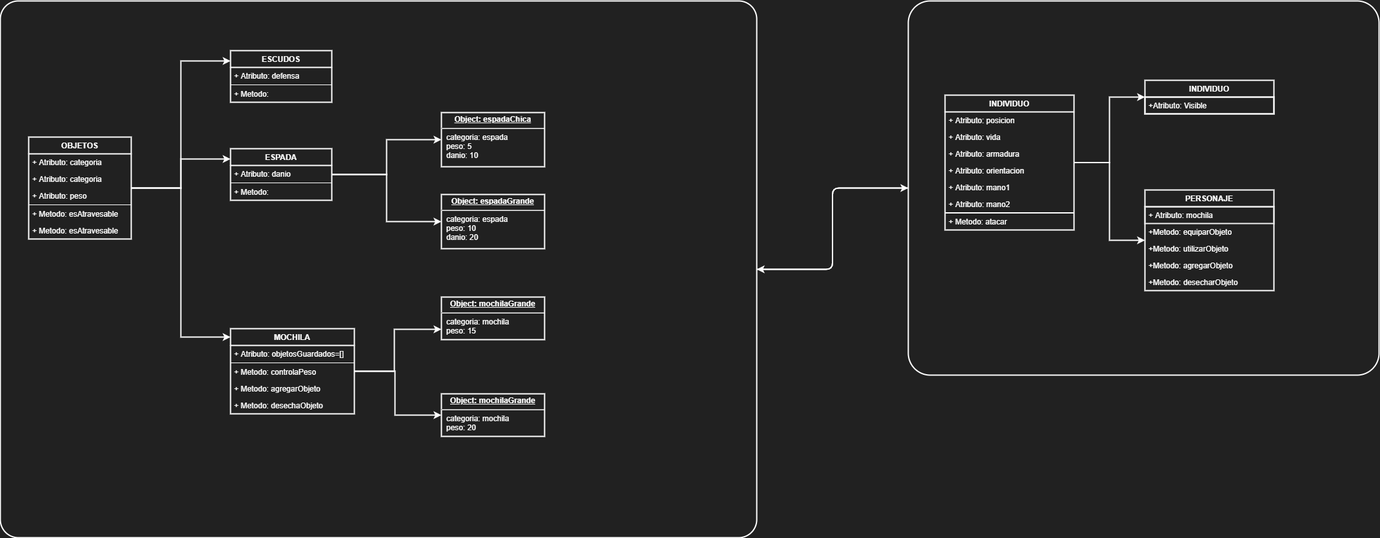
The draw.io diagram picture/presentacion/tp_algo1.drawio.png in algo1unsam/2021s1-tp-grupal-juego-recursa3, before a commit. Source tidied: cells renumbered, new cells last; positions are measured from the earlier drawing's top-left corner, leaving out a move shared by most shapes.
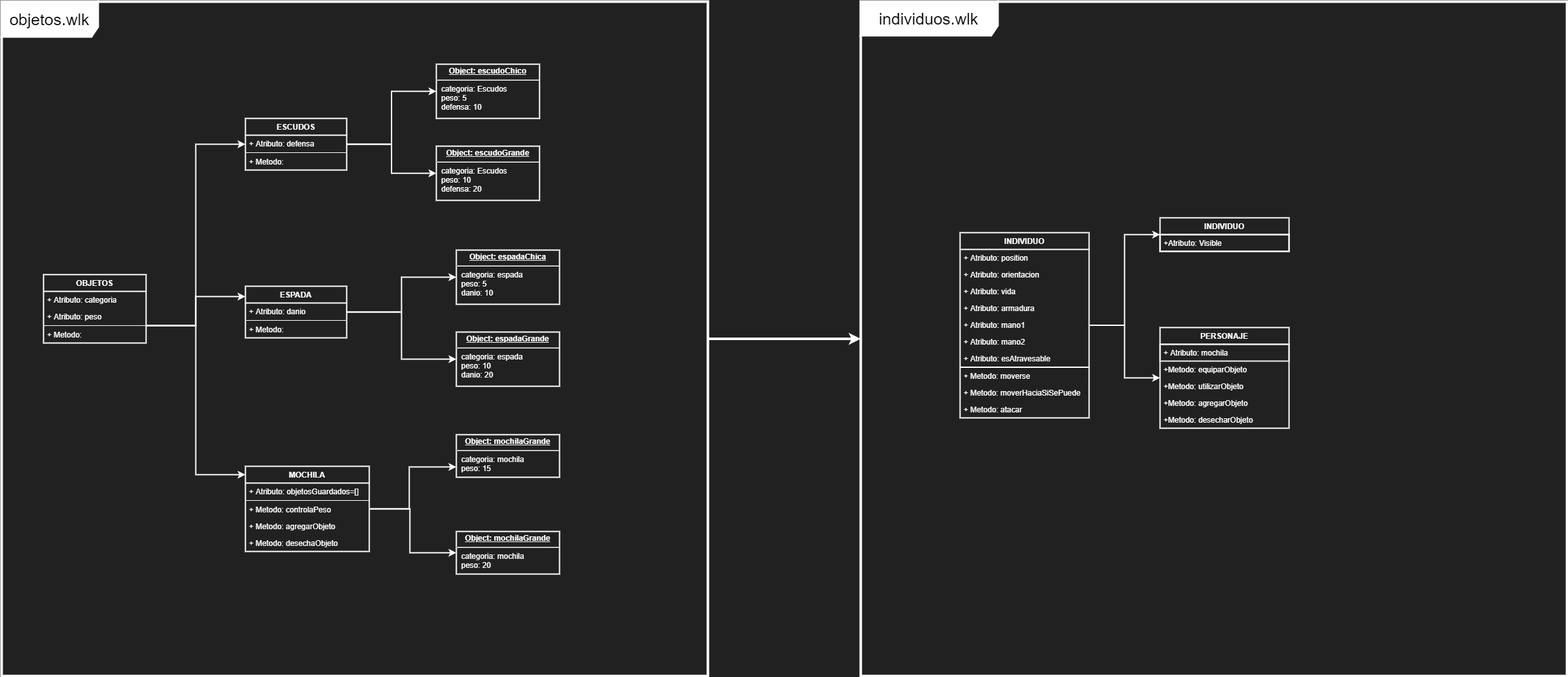
After the commit.

Commit message:
Se modifica grafico

The edit, as a diff of the source:
```diff
@@ -2,15 +2,12 @@
   <root>
     <mxCell id="0" />
     <mxCell id="1" parent="0" />
-    <mxCell id="2" style="edgeStyle=orthogonalEdgeStyle;curved=0;rounded=1;sketch=0;jettySize=auto;html=1;entryX=0;entryY=0.5;entryDx=0;entryDy=0;strokeWidth=2;fillColor=none;fontColor=#FFFFFF;strokeColor=#FFFFFF;" parent="1" edge="1" source="3" target="4">
-      <mxGeometry relative="1" as="geometry" />
-    </mxCell>
-    <mxCell id="3" style="rounded=1;whiteSpace=wrap;html=1;absoluteArcSize=1;arcSize=56;strokeWidth=2;fillColor=none;fontColor=#FFFFFF;strokeColor=#FFFFFF;" parent="1" vertex="1">
-      <mxGeometry width="1173" height="832" as="geometry" />
-    </mxCell>
-    <mxCell id="4" style="rounded=1;whiteSpace=wrap;html=1;absoluteArcSize=1;arcSize=68;strokeWidth=2;fillColor=none;fontColor=#FFFFFF;strokeColor=#FFFFFF;" parent="1" vertex="1">
-      <mxGeometry x="1408" width="730" height="580" as="geometry" />
-    </mxCell>
+    <mxCell id="57" style="edgeStyle=orthogonalEdgeStyle;rounded=0;jumpSize=7;jettySize=auto;html=1;targetPerimeterSpacing=0;strokeWidth=4;strokeColor=#FFFFFF;" parent="1" edge="1" source="58" target="66">
+      <mxGeometry relative="1" as="geometry" />
+    </mxCell>
+    <mxCell id="58" value="&lt;font style=&quot;font-size: 25px&quot;&gt;objetos.wlk&lt;/font&gt;" style="shape=umlFrame;whiteSpace=wrap;html=1;swimlaneFillColor=none;strokeColor=#FFFFFF;strokeWidth=4;width=149;height=54;" parent="1" vertex="1">
+      <mxGeometry x="-21" y="-212" width="1095" height="1045" as="geometry" />
+    </mxCell>
     <mxCell id="5" style="edgeStyle=orthogonalEdgeStyle;rounded=0;jettySize=auto;html=1;strokeWidth=2;fillColor=none;fontColor=#FFFFFF;strokeColor=#FFFFFF;" parent="1" edge="1" source="7" target="16">
       <mxGeometry relative="1" as="geometry" />
     </mxCell>
@@ -18,32 +15,41 @@
       <mxGeometry relative="1" as="geometry" />
     </mxCell>
     <mxCell id="7" value="INDIVIDUO" style="swimlane;fontStyle=1;align=center;verticalAlign=top;horizontal=1;startSize=26;fillColor=none;strokeWidth=2;fontColor=#FFFFFF;strokeColor=#FFFFFF;" parent="1" vertex="1">
-      <mxGeometry x="1465" y="146" width="200" height="209" as="geometry" />
+      <mxGeometry x="1465" y="146" width="200" height="287" as="geometry" />
     </mxCell>
-    <mxCell id="8" value="+ Atributo: posicion" style="text;fillColor=none;align=left;verticalAlign=top;spacingLeft=4;spacingRight=4;overflow=hidden;fontColor=#FFFFFF;strokeWidth=2;" parent="7" vertex="1">
+    <mxCell id="8" value="+ Atributo: position" style="text;fillColor=none;align=left;verticalAlign=top;spacingLeft=4;spacingRight=4;overflow=hidden;fontColor=#FFFFFF;strokeWidth=2;" parent="7" vertex="1">
       <mxGeometry y="26" width="200" height="26" as="geometry" />
     </mxCell>
+    <mxCell id="11" value="+ Atributo: orientacion" style="text;fillColor=none;align=left;verticalAlign=top;spacingLeft=4;spacingRight=4;overflow=hidden;fontColor=#FFFFFF;strokeWidth=2;" parent="7" vertex="1">
+      <mxGeometry y="52" width="200" height="26" as="geometry" />
+    </mxCell>
     <mxCell id="9" value="+ Atributo: vida" style="text;fillColor=none;align=left;verticalAlign=top;spacingLeft=4;spacingRight=4;overflow=hidden;fontColor=#FFFFFF;strokeWidth=2;" parent="7" vertex="1">
-      <mxGeometry y="52" width="200" height="26" as="geometry" />
+      <mxGeometry y="78" width="200" height="26" as="geometry" />
     </mxCell>
     <mxCell id="10" value="+ Atributo: armadura" style="text;fillColor=none;align=left;verticalAlign=top;spacingLeft=4;spacingRight=4;overflow=hidden;fontColor=#FFFFFF;strokeWidth=2;" parent="7" vertex="1">
-      <mxGeometry y="78" width="200" height="26" as="geometry" />
+      <mxGeometry y="104" width="200" height="26" as="geometry" />
     </mxCell>
-    <mxCell id="11" value="+ Atributo: orientacion" style="text;fillColor=none;align=left;verticalAlign=top;spacingLeft=4;spacingRight=4;overflow=hidden;fontColor=#FFFFFF;strokeWidth=2;" parent="7" vertex="1">
-      <mxGeometry y="104" width="200" height="26" as="geometry" />
-    </mxCell>
     <mxCell id="12" value="+ Atributo: mano1" style="text;fillColor=none;align=left;verticalAlign=top;spacingLeft=4;spacingRight=4;overflow=hidden;fontColor=#FFFFFF;strokeWidth=2;" parent="7" vertex="1">
       <mxGeometry y="130" width="200" height="26" as="geometry" />
     </mxCell>
     <mxCell id="13" value="+ Atributo: mano2" style="text;fillColor=none;align=left;verticalAlign=top;spacingLeft=4;spacingRight=4;overflow=hidden;fontColor=#FFFFFF;strokeWidth=2;" parent="7" vertex="1">
       <mxGeometry y="156" width="200" height="26" as="geometry" />
     </mxCell>
+    <mxCell id="59" value="+ Atributo: esAtravesable" style="text;fillColor=none;align=left;verticalAlign=top;spacingLeft=4;spacingRight=4;overflow=hidden;fontColor=#FFFFFF;strokeWidth=2;" parent="7" vertex="1">
+      <mxGeometry y="182" width="200" height="26" as="geometry" />
+    </mxCell>
     <mxCell id="14" style="line;strokeWidth=2;fillColor=none;align=left;verticalAlign=middle;spacingTop=-1;spacingLeft=3;spacingRight=3;labelPosition=right;fontColor=#FFFFFF;strokeColor=#FFFFFF;" parent="7" vertex="1">
-      <mxGeometry y="182" width="200" height="1" as="geometry" />
+      <mxGeometry y="208" width="200" height="1" as="geometry" />
     </mxCell>
-    <mxCell id="15" value="+ Metodo: atacar" style="text;fillColor=none;align=left;verticalAlign=top;spacingLeft=4;spacingRight=4;overflow=hidden;fontColor=#FFFFFF;strokeWidth=2;arcSize=12;" parent="7" vertex="1">
-      <mxGeometry y="183" width="200" height="26" as="geometry" />
+    <mxCell id="15" value="+ Metodo: moverse" style="text;fillColor=none;align=left;verticalAlign=top;spacingLeft=4;spacingRight=4;overflow=hidden;fontColor=#FFFFFF;strokeWidth=2;arcSize=12;" parent="7" vertex="1">
+      <mxGeometry y="209" width="200" height="26" as="geometry" />
     </mxCell>
+    <mxCell id="60" value="+ Metodo: moverHaciaSiSePuede" style="text;fillColor=none;align=left;verticalAlign=top;spacingLeft=4;spacingRight=4;overflow=hidden;fontColor=#FFFFFF;strokeWidth=2;arcSize=12;" parent="7" vertex="1">
+      <mxGeometry y="235" width="200" height="26" as="geometry" />
+    </mxCell>
+    <mxCell id="61" value="+ Metodo: atacar" style="text;fillColor=none;align=left;verticalAlign=top;spacingLeft=4;spacingRight=4;overflow=hidden;fontColor=#FFFFFF;strokeWidth=2;arcSize=12;" parent="7" vertex="1">
+      <mxGeometry y="261" width="200" height="26" as="geometry" />
+    </mxCell>
     <mxCell id="16" value="INDIVIDUO" style="swimlane;fontStyle=1;align=center;verticalAlign=top;horizontal=1;startSize=26;fillColor=none;strokeWidth=2;fontColor=#FFFFFF;strokeColor=#FFFFFF;" parent="1" vertex="1">
       <mxGeometry x="1775" y="123" width="200" height="52" as="geometry" />
     </mxCell>
@@ -102,9 +108,6 @@
     <mxCell id="31" value="+ Metodo: desechaObjeto" style="text;fillColor=none;align=left;verticalAlign=top;spacingLeft=4;spacingRight=4;overflow=hidden;fontColor=#FFFFFF;strokeWidth=2;" parent="26" vertex="1">
       <mxGeometry y="106" width="192" height="26" as="geometry" />
     </mxCell>
-    <mxCell id="32" style="edgeStyle=orthogonalEdgeStyle;curved=0;rounded=1;sketch=0;jettySize=auto;html=1;entryX=1;entryY=0.5;entryDx=0;entryDy=0;strokeWidth=2;fillColor=none;fontColor=#FFFFFF;strokeColor=#FFFFFF;" parent="1" edge="1" source="4" target="3">
-      <mxGeometry relative="1" as="geometry" />
-    </mxCell>
     <mxCell id="33" style="edgeStyle=orthogonalEdgeStyle;rounded=0;jettySize=auto;html=1;shadow=0;strokeColor=#FFFFFF;strokeWidth=2;fontColor=#FFFFFF;" parent="1" edge="1" source="36" target="49">
       <mxGeometry relative="1" as="geometry">
         <Array as="points">
@@ -117,7 +120,7 @@
       <mxGeometry relative="1" as="geometry">
         <Array as="points">
           <mxPoint x="280" y="290" />
-          <mxPoint x="280" y="93" />
+          <mxPoint x="280" y="9" />
         </Array>
       </mxGeometry>
     </mxCell>
@@ -130,28 +133,28 @@
       </mxGeometry>
     </mxCell>
     <mxCell id="36" value="OBJETOS" style="swimlane;fontStyle=1;align=center;verticalAlign=top;horizontal=1;startSize=26;fillColor=none;strokeWidth=2;fontColor=#FFFFFF;strokeColor=#FFFFFF;" parent="1" vertex="1">
-      <mxGeometry x="44" y="211" width="159" height="158" as="geometry" />
+      <mxGeometry x="44" y="211" width="159" height="106" as="geometry" />
     </mxCell>
     <mxCell id="37" value="+ Atributo: categoria" style="text;fillColor=none;align=left;verticalAlign=top;spacingLeft=4;spacingRight=4;overflow=hidden;fontColor=#FFFFFF;strokeWidth=1;" parent="36" vertex="1">
       <mxGeometry y="26" width="159" height="26" as="geometry" />
     </mxCell>
-    <mxCell id="38" value="+ Atributo: categoria" style="text;fillColor=none;align=left;verticalAlign=top;spacingLeft=4;spacingRight=4;overflow=hidden;fontColor=#FFFFFF;strokeWidth=1;" parent="36" vertex="1">
-      <mxGeometry y="52" width="159" height="26" as="geometry" />
-    </mxCell>
     <mxCell id="39" value="+ Atributo: peso" style="text;fillColor=none;align=left;verticalAlign=top;spacingLeft=4;spacingRight=4;overflow=hidden;fontColor=#FFFFFF;strokeWidth=1;" parent="36" vertex="1">
-      <mxGeometry y="78" width="159" height="26" as="geometry" />
+      <mxGeometry y="52" width="159" height="26" as="geometry" />
     </mxCell>
     <mxCell id="40" style="line;strokeWidth=1;fillColor=none;align=left;verticalAlign=middle;spacingTop=-1;spacingLeft=3;spacingRight=3;labelPosition=right;fontColor=#FFFFFF;strokeColor=#FFFFFF;" parent="36" vertex="1">
-      <mxGeometry y="104" width="159" height="2" as="geometry" />
+      <mxGeometry y="78" width="159" height="2" as="geometry" />
     </mxCell>
-    <mxCell id="41" value="+ Metodo: esAtravesable" style="text;fillColor=none;align=left;verticalAlign=top;spacingLeft=4;spacingRight=4;overflow=hidden;fontColor=#FFFFFF;strokeWidth=2;" parent="36" vertex="1">
-      <mxGeometry y="106" width="159" height="26" as="geometry" />
-    </mxCell>
-    <mxCell id="42" value="+ Metodo: esAtravesable" style="text;fillColor=none;align=left;verticalAlign=top;spacingLeft=4;spacingRight=4;overflow=hidden;fontColor=#FFFFFF;strokeWidth=2;" parent="36" vertex="1">
-      <mxGeometry y="132" width="159" height="26" as="geometry" />
+    <mxCell id="42" value="+ Metodo: " style="text;fillColor=none;align=left;verticalAlign=top;spacingLeft=4;spacingRight=4;overflow=hidden;fontColor=#FFFFFF;strokeWidth=2;" parent="36" vertex="1">
+      <mxGeometry y="80" width="159" height="26" as="geometry" />
     </mxCell>
+    <mxCell id="62" style="edgeStyle=orthogonalEdgeStyle;rounded=0;jumpSize=6;jettySize=auto;html=1;targetPerimeterSpacing=0;strokeColor=#FFFFFF;strokeWidth=2;" parent="1" edge="1" source="43" target="64">
+      <mxGeometry relative="1" as="geometry" />
+    </mxCell>
+    <mxCell id="63" style="edgeStyle=orthogonalEdgeStyle;rounded=0;jumpSize=6;jettySize=auto;html=1;targetPerimeterSpacing=0;strokeColor=#FFFFFF;strokeWidth=2;" parent="1" edge="1" source="43" target="65">
+      <mxGeometry relative="1" as="geometry" />
+    </mxCell>
     <mxCell id="43" value="ESCUDOS" style="swimlane;fontStyle=1;align=center;verticalAlign=top;horizontal=1;startSize=26;fillColor=none;strokeWidth=2;fontColor=#FFFFFF;strokeColor=#FFFFFF;" parent="1" vertex="1">
-      <mxGeometry x="357" y="77" width="157" height="80" as="geometry" />
+      <mxGeometry x="357" y="-31" width="157" height="80" as="geometry" />
     </mxCell>
     <mxCell id="44" value="+ Atributo: defensa" style="text;fillColor=none;align=left;verticalAlign=top;spacingLeft=4;spacingRight=4;overflow=hidden;fontColor=#FFFFFF;strokeWidth=1;" parent="43" vertex="1">
       <mxGeometry y="26" width="157" height="26" as="geometry" />
@@ -192,5 +195,14 @@
     <mxCell id="56" value="&lt;p style=&quot;margin: 0px ; margin-top: 4px ; text-align: center ; text-decoration: underline&quot;&gt;&lt;b&gt;Object: mochilaGrande&lt;/b&gt;&lt;/p&gt;&lt;hr&gt;&lt;p style=&quot;margin: 0px ; margin-left: 8px&quot;&gt;categoria: mochila&lt;/p&gt;&lt;p style=&quot;margin: 0px ; margin-left: 8px&quot;&gt;peso: 20&lt;/p&gt;" style="verticalAlign=top;align=left;overflow=fill;fontSize=12;fontFamily=Helvetica;html=1;shadow=0;strokeWidth=2;strokeColor=#FFFFFF;fillColor=none;fontColor=#FFFFFF;" parent="1" vertex="1">
       <mxGeometry x="684" y="609" width="160" height="66" as="geometry" />
     </mxCell>
+    <mxCell id="64" value="&lt;p style=&quot;margin: 0px ; margin-top: 4px ; text-align: center ; text-decoration: underline&quot;&gt;&lt;b&gt;Object: escudoChico&lt;/b&gt;&lt;/p&gt;&lt;hr&gt;&lt;p style=&quot;margin: 0px ; margin-left: 8px&quot;&gt;categoria: Escudos&lt;/p&gt;&lt;p style=&quot;margin: 0px ; margin-left: 8px&quot;&gt;peso: 5&lt;/p&gt;&lt;p style=&quot;margin: 0px ; margin-left: 8px&quot;&gt;defensa: 10&lt;/p&gt;" style="verticalAlign=top;align=left;overflow=fill;fontSize=12;fontFamily=Helvetica;html=1;shadow=0;strokeWidth=2;strokeColor=#FFFFFF;fillColor=none;fontColor=#FFFFFF;" parent="1" vertex="1">
+      <mxGeometry x="653" y="-115" width="160" height="84" as="geometry" />
+    </mxCell>
+    <mxCell id="65" value="&lt;p style=&quot;margin: 0px ; margin-top: 4px ; text-align: center ; text-decoration: underline&quot;&gt;&lt;b&gt;Object: escudoGrande&lt;/b&gt;&lt;/p&gt;&lt;hr&gt;&lt;p style=&quot;margin: 0px ; margin-left: 8px&quot;&gt;categoria: Escudos&lt;/p&gt;&lt;p style=&quot;margin: 0px ; margin-left: 8px&quot;&gt;peso: 10&lt;/p&gt;&lt;p style=&quot;margin: 0px ; margin-left: 8px&quot;&gt;defensa: 20&lt;/p&gt;" style="verticalAlign=top;align=left;overflow=fill;fontSize=12;fontFamily=Helvetica;html=1;shadow=0;strokeWidth=2;strokeColor=#FFFFFF;fillColor=none;fontColor=#FFFFFF;" parent="1" vertex="1">
+      <mxGeometry x="653" y="12" width="160" height="84" as="geometry" />
+    </mxCell>
+    <mxCell id="66" value="&lt;font style=&quot;font-size: 25px&quot;&gt;individuos.wlk&lt;/font&gt;" style="shape=umlFrame;whiteSpace=wrap;html=1;swimlaneFillColor=none;strokeColor=#FFFFFF;strokeWidth=4;width=212;height=52;" parent="1" vertex="1">
+      <mxGeometry x="1311" y="-212" width="1095" height="1045" as="geometry" />
+    </mxCell>
   </root>
 </mxGraphModel>
```
